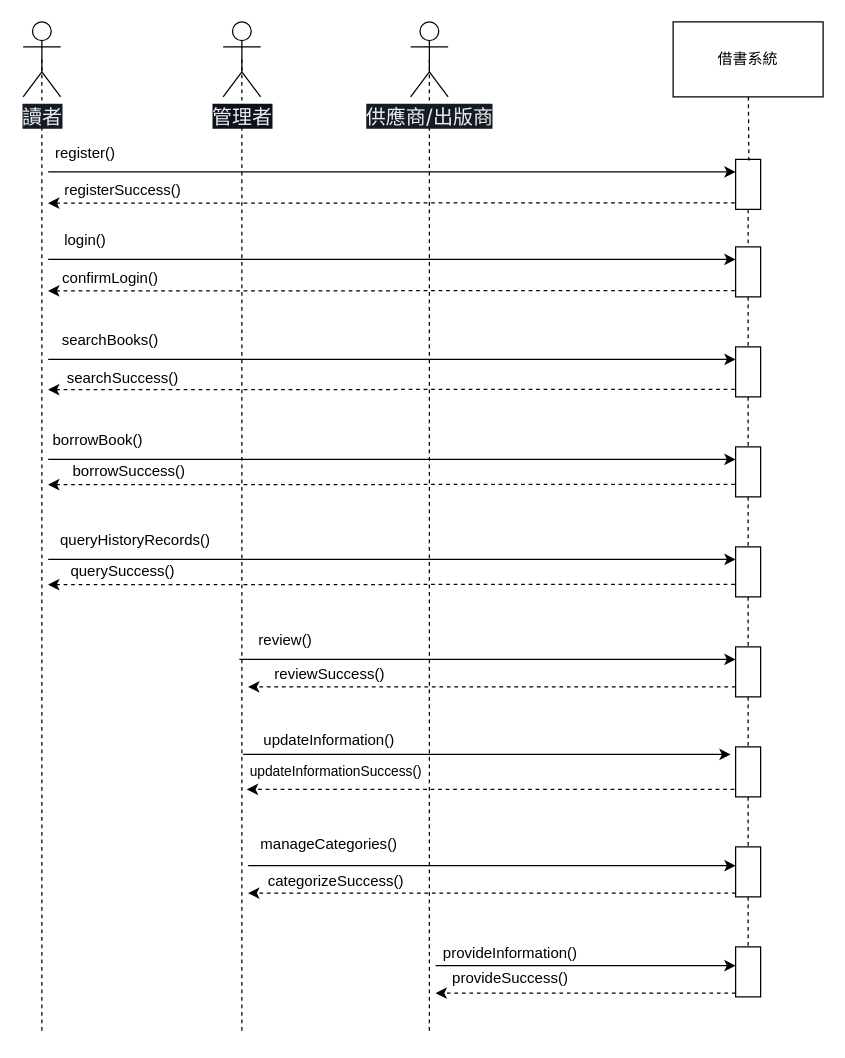
Before: page "系統循序圖(英)" (4 of 4) of main.drawio in YaXun1103/112-2FinalPorject, a draw.io diagram. Source tidied: cells renumbered, new cells numbered last; positions are measured from the earlier drawing's top-left corner, leaving out a move shared by most shapes. Both pictures are drawn from the tidied source at 125%, with x=0, y=0 at pixel (22, 21).
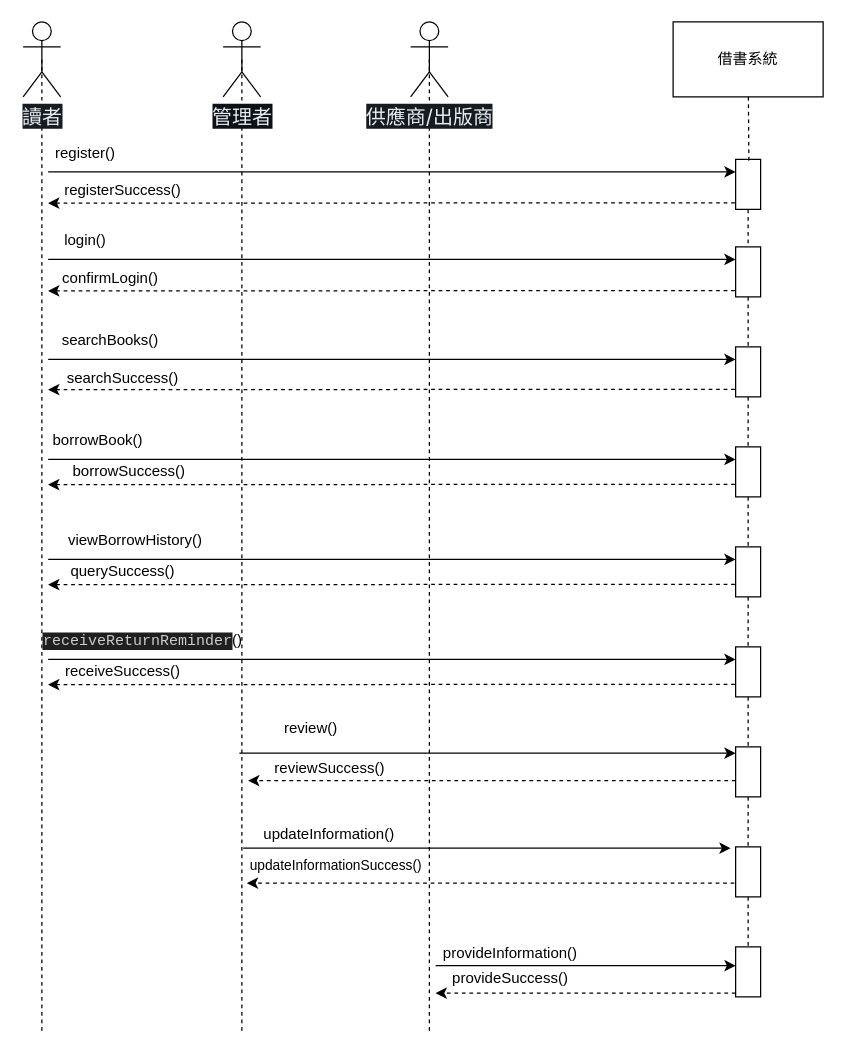
The same page after the edit.

The change refers to these unchanged cells:
```xml
<mxCell id="28" style="html=1;points=[];perimeter=orthogonalPerimeter;" parent="1" vertex="1">
  <mxGeometry x="570" y="420" width="20" height="40" as="geometry" />
</mxCell>
```

What changed in the source:
```diff
@@
-    <mxCell id="27" style="edgeStyle=none;html=1;dashed=1;endArrow=none;endFill=0;" parent="1" edge="1" source="28" target="37">
+    <mxCell id="27" style="edgeStyle=none;html=1;dashed=1;startArrow=none;startFill=0;endArrow=none;endFill=0;" parent="1" edge="1" source="28" target="37">
       <mxGeometry relative="1" as="geometry" />
     </mxCell>
@@
-    <mxCell id="33" style="endArrow=classic;html=1;entryX=0;entryY=0.25;entryDx=0;entryDy=0;entryPerimeter=0;exitX=0;exitY=0;exitDx=0;exitDy=0;" parent="1" edge="1">
-      <mxGeometry relative="1" as="geometry">
-        <mxPoint x="173" y="510" as="sourcePoint" />
-        <mxPoint x="570" y="510" as="targetPoint" />
-      </mxGeometry>
-    </mxCell>
-    <mxCell id="34" value="&lt;span class=&quot;hljs-title function_&quot;&gt;review&lt;/span&gt;()" style="text;html=1;strokeColor=none;fillColor=none;align=center;verticalAlign=middle;whiteSpace=wrap;rounded=0;" parent="1" vertex="1">
-      <mxGeometry x="180" y="480" width="60" height="30" as="geometry" />
-    </mxCell>
-    <mxCell id="35" style="endArrow=classic;html=1;dashed=1;exitX=-0.03;exitY=0.87;exitDx=0;exitDy=0;exitPerimeter=0;" parent="1" edge="1">
-      <mxGeometry relative="1" as="geometry">
-        <mxPoint x="570" y="532" as="sourcePoint" />
-        <mxPoint x="180" y="532" as="targetPoint" />
-      </mxGeometry>
-    </mxCell>
-    <mxCell id="36" style="edgeStyle=none;html=1;dashed=1;endArrow=none;endFill=0;" parent="1" edge="1" source="37" target="42">
-      <mxGeometry relative="1" as="geometry" />
-    </mxCell>
-    <mxCell id="37" style="html=1;points=[];perimeter=orthogonalPerimeter;" parent="1" vertex="1">
-      <mxGeometry x="570" y="500" width="20" height="40" as="geometry" />
-    </mxCell>
-    <mxCell id="38" value="queryHistoryRecords()" style="text;html=1;strokeColor=none;fillColor=none;align=center;verticalAlign=middle;whiteSpace=wrap;rounded=0;" parent="1" vertex="1">
+    <mxCell id="38" value="&lt;span class=&quot;hljs-title function_&quot;&gt;viewBorrowHistory&lt;/span&gt;()" style="text;html=1;strokeColor=none;fillColor=none;align=center;verticalAlign=middle;whiteSpace=wrap;rounded=0;" parent="1" vertex="1">
       <mxGeometry x="30" y="400" width="120" height="30" as="geometry" />
     </mxCell>
@@
-    <mxCell id="41" style="edgeStyle=none;html=1;dashed=1;endArrow=none;endFill=0;" parent="1" edge="1" source="42" target="47">
-      <mxGeometry relative="1" as="geometry" />
-    </mxCell>
-    <mxCell id="42" style="html=1;points=[];perimeter=orthogonalPerimeter;" parent="1" vertex="1">
-      <mxGeometry x="570" y="580" width="20" height="40" as="geometry" />
-    </mxCell>
-    <mxCell id="43" style="endArrow=classic;html=1;entryX=0;entryY=0.25;entryDx=0;entryDy=0;entryPerimeter=0;" parent="1" edge="1">
-      <mxGeometry relative="1" as="geometry">
-        <mxPoint x="176" y="586" as="sourcePoint" />
-        <mxPoint x="566" y="586" as="targetPoint" />
-      </mxGeometry>
-    </mxCell>
-    <mxCell id="44" value="&lt;span class=&quot;hljs-title function_&quot;&gt;updateInformation&lt;/span&gt;()" style="text;html=1;strokeColor=none;fillColor=none;align=center;verticalAlign=middle;whiteSpace=wrap;rounded=0;" parent="1" vertex="1">
-      <mxGeometry x="215" y="560" width="60" height="30" as="geometry" />
-    </mxCell>
-    <mxCell id="45" style="endArrow=classic;html=1;dashed=1;exitX=-0.03;exitY=0.87;exitDx=0;exitDy=0;exitPerimeter=0;" parent="1" edge="1">
-      <mxGeometry relative="1" as="geometry">
-        <mxPoint x="569" y="614" as="sourcePoint" />
-        <mxPoint x="179" y="614" as="targetPoint" />
-      </mxGeometry>
-    </mxCell>
-    <mxCell id="46" style="edgeStyle=none;html=1;dashed=1;endArrow=none;endFill=0;" parent="1" edge="1" source="47" target="51">
-      <mxGeometry relative="1" as="geometry" />
-    </mxCell>
-    <mxCell id="47" style="html=1;points=[];perimeter=orthogonalPerimeter;" parent="1" vertex="1">
-      <mxGeometry x="570" y="660" width="20" height="40" as="geometry" />
-    </mxCell>
-    <mxCell id="48" style="endArrow=classic;html=1;entryX=0;entryY=0.25;entryDx=0;entryDy=0;entryPerimeter=0;" parent="1" edge="1">
-      <mxGeometry relative="1" as="geometry">
-        <mxPoint x="180" y="675" as="sourcePoint" />
-        <mxPoint x="570" y="675" as="targetPoint" />
-      </mxGeometry>
-    </mxCell>
-    <mxCell id="49" value="&lt;span class=&quot;hljs-title function_&quot;&gt;manageCategories&lt;/span&gt;()" style="text;html=1;strokeColor=none;fillColor=none;align=center;verticalAlign=middle;whiteSpace=wrap;rounded=0;" parent="1" vertex="1">
-      <mxGeometry x="185" y="643" width="120" height="30" as="geometry" />
-    </mxCell>
-    <mxCell id="50" style="endArrow=classic;html=1;dashed=1;exitX=-0.03;exitY=0.87;exitDx=0;exitDy=0;exitPerimeter=0;" parent="1" edge="1">
-      <mxGeometry relative="1" as="geometry">
-        <mxPoint x="570" y="697" as="sourcePoint" />
-        <mxPoint x="180" y="697" as="targetPoint" />
-      </mxGeometry>
-    </mxCell>
-    <mxCell id="51" style="html=1;points=[];perimeter=orthogonalPerimeter;" parent="1" vertex="1">
-      <mxGeometry x="570" y="740" width="20" height="40" as="geometry" />
-    </mxCell>
-    <mxCell id="52" style="endArrow=classic;html=1;entryX=0;entryY=0.25;entryDx=0;entryDy=0;entryPerimeter=0;" parent="1" edge="1">
-      <mxGeometry relative="1" as="geometry">
-        <mxPoint x="330" y="755" as="sourcePoint" />
-        <mxPoint x="570" y="755" as="targetPoint" />
-      </mxGeometry>
-    </mxCell>
-    <mxCell id="53" value="&lt;span class=&quot;hljs-title function_&quot;&gt;provideInformation&lt;/span&gt;()" style="text;html=1;strokeColor=none;fillColor=none;align=center;verticalAlign=middle;whiteSpace=wrap;rounded=0;" parent="1" vertex="1">
-      <mxGeometry x="330" y="730" width="120" height="30" as="geometry" />
-    </mxCell>
-    <mxCell id="54" style="endArrow=classic;html=1;dashed=1;exitX=-0.03;exitY=0.87;exitDx=0;exitDy=0;exitPerimeter=0;" parent="1" edge="1">
-      <mxGeometry relative="1" as="geometry">
-        <mxPoint x="570" y="777" as="sourcePoint" />
-        <mxPoint x="330" y="777" as="targetPoint" />
-      </mxGeometry>
-    </mxCell>
@@
-    <mxCell id="59" value="&lt;span class=&quot;hljs-title function_&quot;&gt;categorizeSuccess&lt;/span&gt;()" style="text;html=1;strokeColor=none;fillColor=none;align=center;verticalAlign=middle;whiteSpace=wrap;rounded=0;" parent="1" vertex="1">
-      <mxGeometry x="182.5" y="673" width="135" height="30" as="geometry" />
-    </mxCell>
-    <mxCell id="60" value="&lt;span class=&quot;hljs-title function_&quot;&gt;provideSuccess&lt;/span&gt;()" style="text;html=1;strokeColor=none;fillColor=none;align=center;verticalAlign=middle;whiteSpace=wrap;rounded=0;" parent="1" vertex="1">
-      <mxGeometry x="360" y="750" width="60" height="30" as="geometry" />
-    </mxCell>
+    <mxCell id="63" style="endArrow=classic;html=1;entryX=0;entryY=0.25;entryDx=0;entryDy=0;entryPerimeter=0;exitX=0;exitY=0;exitDx=0;exitDy=0;" parent="1" edge="1">
+      <mxGeometry relative="1" as="geometry">
+        <mxPoint x="173" y="585" as="sourcePoint" />
+        <mxPoint x="570" y="585" as="targetPoint" />
+      </mxGeometry>
+    </mxCell>
+    <mxCell id="64" style="endArrow=classic;html=1;dashed=1;exitX=-0.03;exitY=0.87;exitDx=0;exitDy=0;exitPerimeter=0;" parent="1" edge="1">
+      <mxGeometry relative="1" as="geometry">
+        <mxPoint x="570" y="607" as="sourcePoint" />
+        <mxPoint x="180" y="607" as="targetPoint" />
+      </mxGeometry>
+    </mxCell>
+    <mxCell id="36" style="edgeStyle=none;html=1;dashed=1;endArrow=none;endFill=0;" parent="1" edge="1" source="37" target="42">
+      <mxGeometry relative="1" as="geometry" />
+    </mxCell>
+    <mxCell id="37" style="html=1;points=[];perimeter=orthogonalPerimeter;" parent="1" vertex="1">
+      <mxGeometry x="570" y="500" width="20" height="40" as="geometry" />
+    </mxCell>
+    <mxCell id="41" style="edgeStyle=none;html=1;dashed=1;endArrow=none;endFill=0;" parent="1" edge="1" source="42" target="47">
+      <mxGeometry relative="1" as="geometry" />
+    </mxCell>
+    <mxCell id="42" style="html=1;points=[];perimeter=orthogonalPerimeter;" parent="1" vertex="1">
+      <mxGeometry x="570" y="580" width="20" height="40" as="geometry" />
+    </mxCell>
+    <mxCell id="65" style="endArrow=classic;html=1;entryX=0;entryY=0.25;entryDx=0;entryDy=0;entryPerimeter=0;" parent="1" edge="1">
+      <mxGeometry relative="1" as="geometry">
+        <mxPoint x="176" y="661" as="sourcePoint" />
+        <mxPoint x="566" y="661" as="targetPoint" />
+      </mxGeometry>
+    </mxCell>
+    <mxCell id="44" value="&lt;span class=&quot;hljs-title function_&quot;&gt;updateInformation&lt;/span&gt;()" style="text;html=1;strokeColor=none;fillColor=none;align=center;verticalAlign=middle;whiteSpace=wrap;rounded=0;" parent="1" vertex="1">
+      <mxGeometry x="215" y="635" width="60" height="30" as="geometry" />
+    </mxCell>
+    <mxCell id="66" style="endArrow=classic;html=1;dashed=1;exitX=-0.03;exitY=0.87;exitDx=0;exitDy=0;exitPerimeter=0;" parent="1" edge="1">
+      <mxGeometry relative="1" as="geometry">
+        <mxPoint x="569" y="689" as="sourcePoint" />
+        <mxPoint x="179" y="689" as="targetPoint" />
+      </mxGeometry>
+    </mxCell>
+    <mxCell id="46" style="edgeStyle=none;html=1;dashed=1;endArrow=none;endFill=0;" parent="1" edge="1" source="47" target="51">
+      <mxGeometry relative="1" as="geometry" />
+    </mxCell>
+    <mxCell id="47" style="html=1;points=[];perimeter=orthogonalPerimeter;" parent="1" vertex="1">
+      <mxGeometry x="570" y="660" width="20" height="40" as="geometry" />
+    </mxCell>
+    <mxCell id="51" style="html=1;points=[];perimeter=orthogonalPerimeter;" parent="1" vertex="1">
+      <mxGeometry x="570" y="740" width="20" height="40" as="geometry" />
+    </mxCell>
     <mxCell id="61" value="&lt;span style=&quot;font-size: 12px;&quot; class=&quot;hljs-title function_&quot;&gt;reviewSuccess&lt;/span&gt;&lt;span style=&quot;font-size: 12px;&quot;&gt;()&lt;/span&gt;" style="text;html=1;align=center;verticalAlign=middle;strokeColor=none;fillColor=none;fontSize=18;" parent="1" vertex="1">
-      <mxGeometry x="190" y="500" width="110" height="40" as="geometry" />
+      <mxGeometry x="190" y="575" width="110" height="40" as="geometry" />
     </mxCell>
     <mxCell id="62" value="&lt;span style=&quot;&quot; class=&quot;hljs-title function_&quot;&gt;updateInformationSuccess&lt;/span&gt;&lt;span style=&quot;&quot;&gt;()&lt;/span&gt;" style="text;html=1;align=center;verticalAlign=middle;strokeColor=none;fillColor=none;fontSize=11;" parent="1" vertex="1">
-      <mxGeometry x="170" y="585" width="160" height="30" as="geometry" />
+      <mxGeometry x="170" y="660" width="160" height="30" as="geometry" />
     </mxCell>
+    <mxCell id="34" value="&lt;span class=&quot;hljs-title function_&quot;&gt;review&lt;/span&gt;()" style="text;html=1;align=center;verticalAlign=middle;strokeColor=none;fillColor=none;" parent="1" vertex="1">
+      <mxGeometry x="195" y="550" width="70" height="30" as="geometry" />
+    </mxCell>
+    <mxCell id="67" style="endArrow=classic;html=1;entryX=0;entryY=0.25;entryDx=0;entryDy=0;entryPerimeter=0;" parent="1" edge="1">
+      <mxGeometry relative="1" as="geometry">
+        <mxPoint x="330" y="755" as="sourcePoint" />
+        <mxPoint x="570" y="755" as="targetPoint" />
+      </mxGeometry>
+    </mxCell>
+    <mxCell id="53" value="&lt;span class=&quot;hljs-title function_&quot;&gt;provideInformation&lt;/span&gt;()" style="text;html=1;strokeColor=none;fillColor=none;align=center;verticalAlign=middle;whiteSpace=wrap;rounded=0;" parent="1" vertex="1">
+      <mxGeometry x="330" y="730" width="120" height="30" as="geometry" />
+    </mxCell>
+    <mxCell id="68" style="endArrow=classic;html=1;dashed=1;exitX=-0.03;exitY=0.87;exitDx=0;exitDy=0;exitPerimeter=0;" parent="1" edge="1">
+      <mxGeometry relative="1" as="geometry">
+        <mxPoint x="570" y="777" as="sourcePoint" />
+        <mxPoint x="330" y="777" as="targetPoint" />
+      </mxGeometry>
+    </mxCell>
+    <mxCell id="60" value="&lt;span class=&quot;hljs-title function_&quot;&gt;provideSuccess&lt;/span&gt;()" style="text;html=1;strokeColor=none;fillColor=none;align=center;verticalAlign=middle;whiteSpace=wrap;rounded=0;" parent="1" vertex="1">
+      <mxGeometry x="360" y="750" width="60" height="30" as="geometry" />
+    </mxCell>
+    <mxCell id="69" value="&lt;font style=&quot;font-size: 12px;&quot;&gt;&lt;span style=&quot;background-color: rgb(31, 31, 31); color: rgb(204, 204, 204); font-family: Consolas, &amp;quot;Courier New&amp;quot;, monospace;&quot;&gt;receiveReturnReminder&lt;/span&gt;()&lt;/font&gt;" style="text;html=1;strokeColor=none;fillColor=none;align=center;verticalAlign=middle;whiteSpace=wrap;rounded=0;fontSize=13;" parent="1" vertex="1">
+      <mxGeometry x="36" y="480" width="120" height="30" as="geometry" />
+    </mxCell>
+    <mxCell id="70" style="endArrow=classic;html=1;entryX=0;entryY=0.25;entryDx=0;entryDy=0;entryPerimeter=0;" parent="1" edge="1">
+      <mxGeometry relative="1" as="geometry">
+        <mxPoint x="20" y="510" as="sourcePoint" />
+        <mxPoint x="570" y="510" as="targetPoint" />
+      </mxGeometry>
+    </mxCell>
+    <mxCell id="71" style="endArrow=classic;html=1;dashed=1;exitX=-0.03;exitY=0.87;exitDx=0;exitDy=0;exitPerimeter=0;" parent="1" edge="1">
+      <mxGeometry relative="1" as="geometry">
+        <mxPoint x="569.4" y="530" as="sourcePoint" />
+        <mxPoint x="20" y="530.2" as="targetPoint" />
+      </mxGeometry>
+    </mxCell>
+    <mxCell id="72" value="&lt;span class=&quot;hljs-title function_&quot;&gt;receiveSuccess&lt;/span&gt;()" style="text;html=1;strokeColor=none;fillColor=none;align=center;verticalAlign=middle;whiteSpace=wrap;rounded=0;" parent="1" vertex="1">
+      <mxGeometry x="40" y="505" width="80" height="30" as="geometry" />
+    </mxCell>
```
